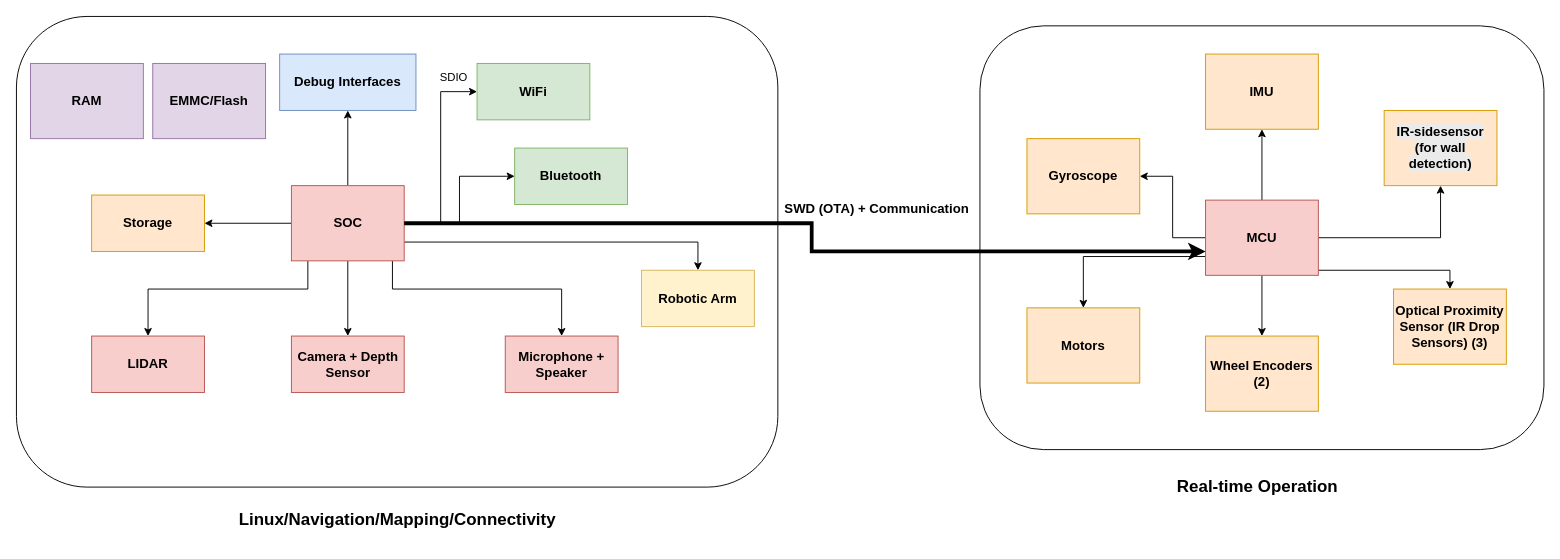
This is documentation/Roomba High Level Architecture.drawio from jlim25/smart-roomba, a draw.io file, before an edit. Source tidied: cells renumbered, new cells numbered last; positions are measured from the earlier drawing's top-left corner, leaving out a move shared by most shapes. Both pictures are drawn from the tidied source at 94%, with x=0, y=0 at pixel (16, 16).
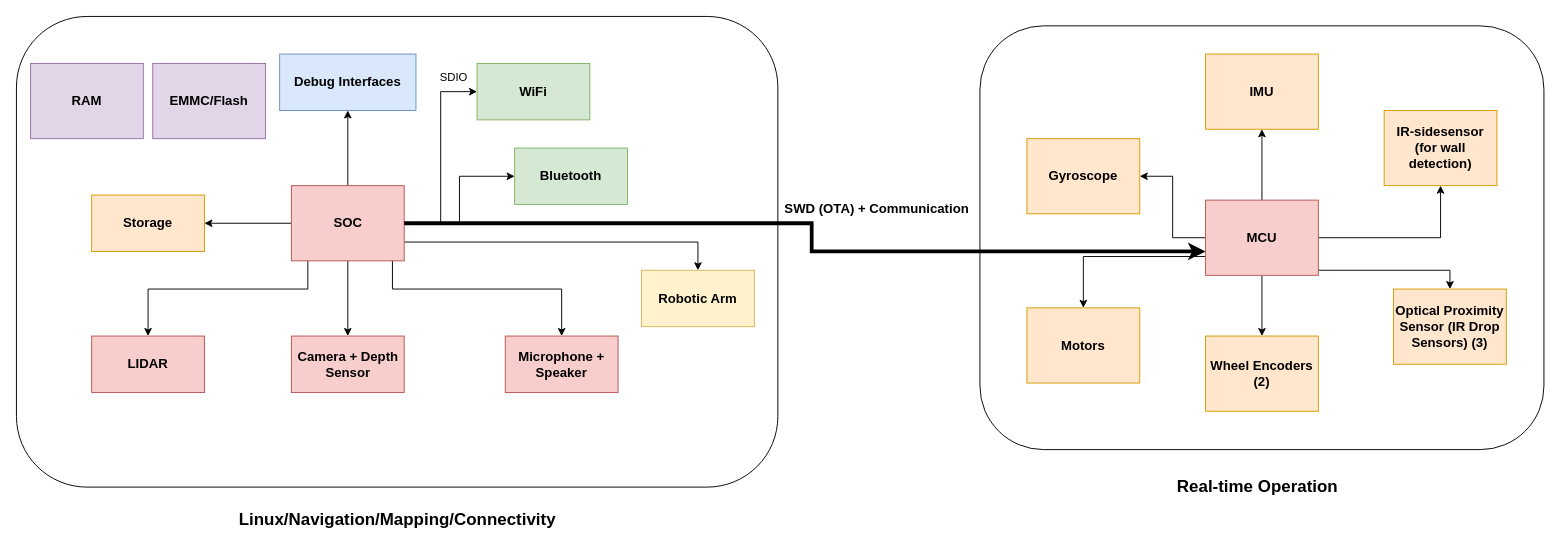
The same page after the edit.

What changed in the source:
```diff
@@
-    <mxCell id="38" value="&lt;span style=&quot;font-family: Arial, sans-serif; font-size: 14px; font-weight: 700; text-align: left; background-color: rgb(235, 235, 235);&quot;&gt;IR-sidesensor (for wall detection)&lt;/span&gt;" style="rounded=0;whiteSpace=wrap;html=1;fillColor=#ffe6cc;strokeColor=#d79b00;" parent="1" vertex="1">
+    <mxCell id="38" value="&lt;span style=&quot;font-family: Arial, sans-serif; font-size: 14px; font-weight: 700; text-align: left;&quot;&gt;IR-sidesensor (for wall detection)&lt;/span&gt;" style="rounded=0;whiteSpace=wrap;html=1;fillColor=#ffe6cc;strokeColor=#d79b00;" parent="1" vertex="1">
       <mxGeometry x="1455" y="100" width="120" height="80" as="geometry" />
     </mxCell>
```
